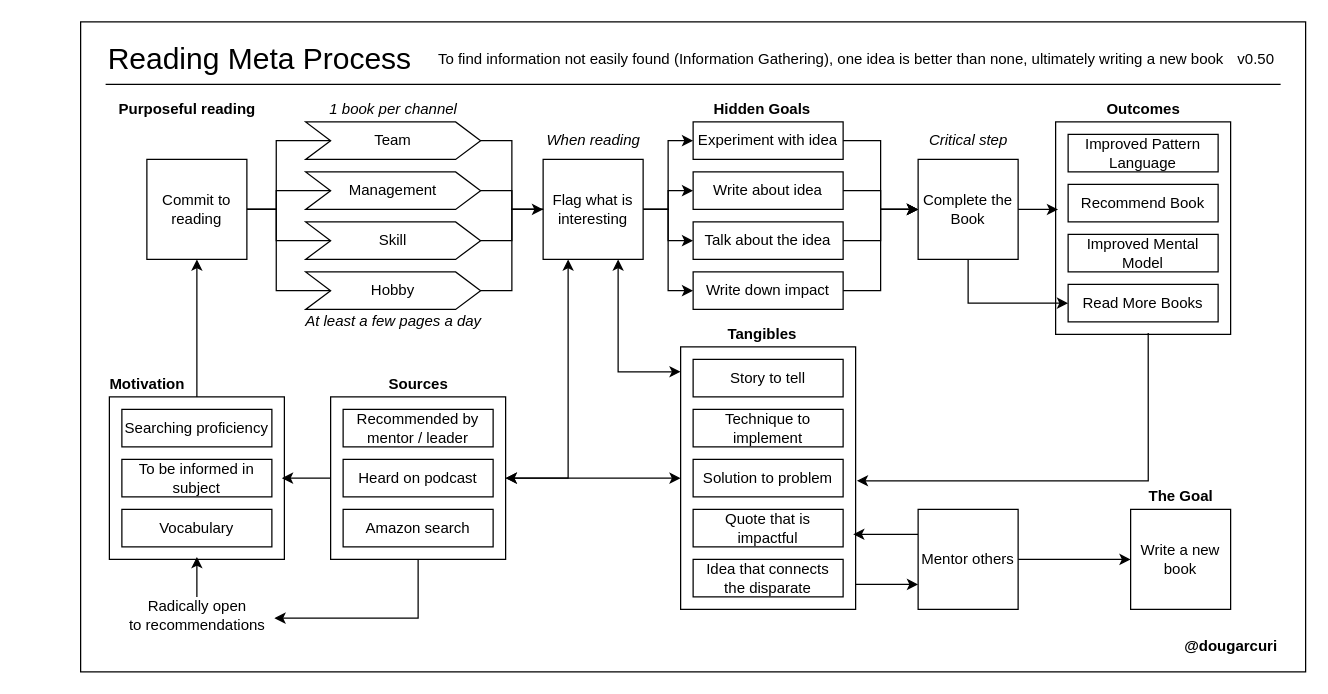
Before: books/diagrams/reading-process.drawio in solidi/learning-notes, a draw.io diagram. Source tidied: cells renumbered, new cells numbered last; positions are measured from the earlier drawing's top-left corner, leaving out a move shared by most shapes. Both pictures are drawn from the tidied source at 125%, with x=0, y=0 at pixel (80, 21).
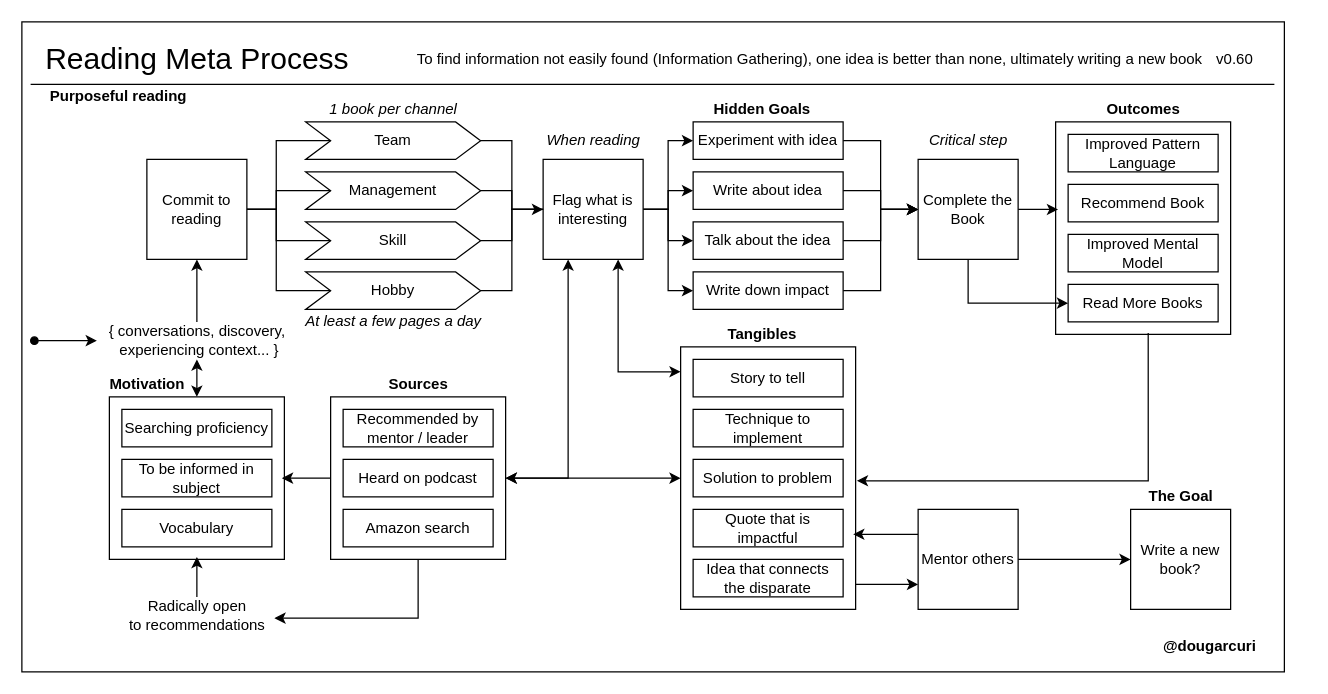
Above is the later version.

Commit message (it also covers changes not shown here):
Add starting point of the reading books meta

The change refers to these unchanged cells:
```xml
<mxCell id="11" value="Commit to reading" style="whiteSpace=wrap;html=1;" parent="1" vertex="1">
  <mxGeometry x="53" y="110" width="80" height="80" as="geometry" />
</mxCell>
<mxCell id="68" style="verticalLabelPosition=bottom;verticalAlign=top;html=1;shape=mxgraph.basic.rect;fillColor2=none;strokeWidth=1;size=20;indent=5;fillColor=none;" parent="67" vertex="1">
  <mxGeometry x="10" y="20" width="140" height="130" as="geometry" />
</mxCell>
```

Change to the diagram source:
```diff
@@
     <mxCell id="2" style="rounded=0;whiteSpace=wrap;html=1;fillColor=none;" parent="1" vertex="1">
-      <mxGeometry width="980" height="520" as="geometry" />
+      <mxGeometry x="-47" width="1010" height="520" as="geometry" />
     </mxCell>
@@
     <mxCell id="7" value="&lt;font style=&quot;font-size: 24px&quot;&gt;Reading Meta Process&lt;/font&gt;" style="text;html=1;align=center;verticalAlign=middle;" parent="1" vertex="1">
-      <mxGeometry x="13" y="20" width="260" height="20" as="geometry" />
+      <mxGeometry x="-37" y="20" width="260" height="20" as="geometry" />
     </mxCell>
@@
     <mxCell id="12" value="To find information not easily found (Information Gathering), one idea is better than none, ultimately writing a new book" style="text;html=1;align=center;verticalAlign=middle;" parent="1" vertex="1">
-      <mxGeometry x="280" y="20" width="640" height="20" as="geometry" />
+      <mxGeometry x="263" y="20" width="640" height="20" as="geometry" />
     </mxCell>
@@
     <mxCell id="14" value="&lt;b&gt;Purposeful reading&lt;/b&gt;" style="text;html=1;align=center;verticalAlign=middle;" parent="1" vertex="1">
-      <mxGeometry x="25" y="60" width="120" height="20" as="geometry" />
+      <mxGeometry x="-30" y="50" width="120" height="20" as="geometry" />
     </mxCell>
@@
-    <mxCell id="25" value="v0.50" style="text;html=1;align=center;verticalAlign=middle;" parent="1" vertex="1">
-      <mxGeometry x="920" y="20" width="40" height="20" as="geometry" />
+    <mxCell id="25" value="v0.60" style="text;html=1;align=center;verticalAlign=middle;" parent="1" vertex="1">
+      <mxGeometry x="903" y="20" width="40" height="20" as="geometry" />
     </mxCell>
     <mxCell id="26" value="&lt;b&gt;@dougarcuri&lt;/b&gt;" style="text;html=1;align=center;verticalAlign=middle;" parent="1" vertex="1">
-      <mxGeometry x="875" y="490" width="90" height="20" as="geometry" />
+      <mxGeometry x="858" y="490" width="90" height="20" as="geometry" />
     </mxCell>
     <mxCell id="27" style="endArrow=none;html=1;" parent="1" edge="1">
       <mxGeometry relative="1" as="geometry">
-        <mxPoint x="20" y="50" as="sourcePoint" />
-        <mxPoint x="960" y="50" as="targetPoint" />
+        <mxPoint x="-40" y="50" as="sourcePoint" />
+        <mxPoint x="955" y="50" as="targetPoint" />
       </mxGeometry>
     </mxCell>
@@
-    <mxCell id="61" value="Write a new book" style="whiteSpace=wrap;html=1;" parent="1" vertex="1">
+    <mxCell id="61" value="Write a new book?" style="whiteSpace=wrap;html=1;" parent="1" vertex="1">
       <mxGeometry x="840" y="390" width="80" height="80" as="geometry" />
     </mxCell>
@@
-    <mxCell id="66" style="edgeStyle=orthogonalEdgeStyle;rounded=0;jettySize=auto;html=1;startArrow=none;startFill=0;endArrow=classic;endFill=1;" parent="1" edge="1" source="68" target="11">
-      <mxGeometry relative="1" as="geometry" />
-    </mxCell>
@@
+    <mxCell id="82" style="edgeStyle=orthogonalEdgeStyle;rounded=0;jettySize=auto;html=1;entryX=0.5;entryY=1;entryDx=0;entryDy=0;startArrow=none;startFill=0;endArrow=classic;endFill=1;" parent="1" edge="1" source="84" target="11">
+      <mxGeometry relative="1" as="geometry" />
+    </mxCell>
+    <mxCell id="83" style="edgeStyle=orthogonalEdgeStyle;rounded=0;jettySize=auto;html=1;startArrow=classic;startFill=1;endArrow=oval;endFill=1;" parent="1" edge="1" source="84">
+      <mxGeometry relative="1" as="geometry">
+        <mxPoint x="-37" y="255" as="targetPoint" />
+      </mxGeometry>
+    </mxCell>
+    <mxCell id="84" value="{ conversations, discovery,&lt;br&gt;&amp;nbsp;experiencing context... }" style="text;html=1;align=center;verticalAlign=middle;points=[];" parent="1" vertex="1">
+      <mxGeometry x="13" y="240" width="160" height="30" as="geometry" />
+    </mxCell>
+    <mxCell id="85" style="edgeStyle=orthogonalEdgeStyle;rounded=0;jettySize=auto;html=1;entryX=0.5;entryY=1;entryDx=0;entryDy=0;entryPerimeter=0;startArrow=classic;startFill=1;endArrow=classic;endFill=1;" parent="1" edge="1" source="68" target="84">
+      <mxGeometry relative="1" as="geometry" />
+    </mxCell>
```
